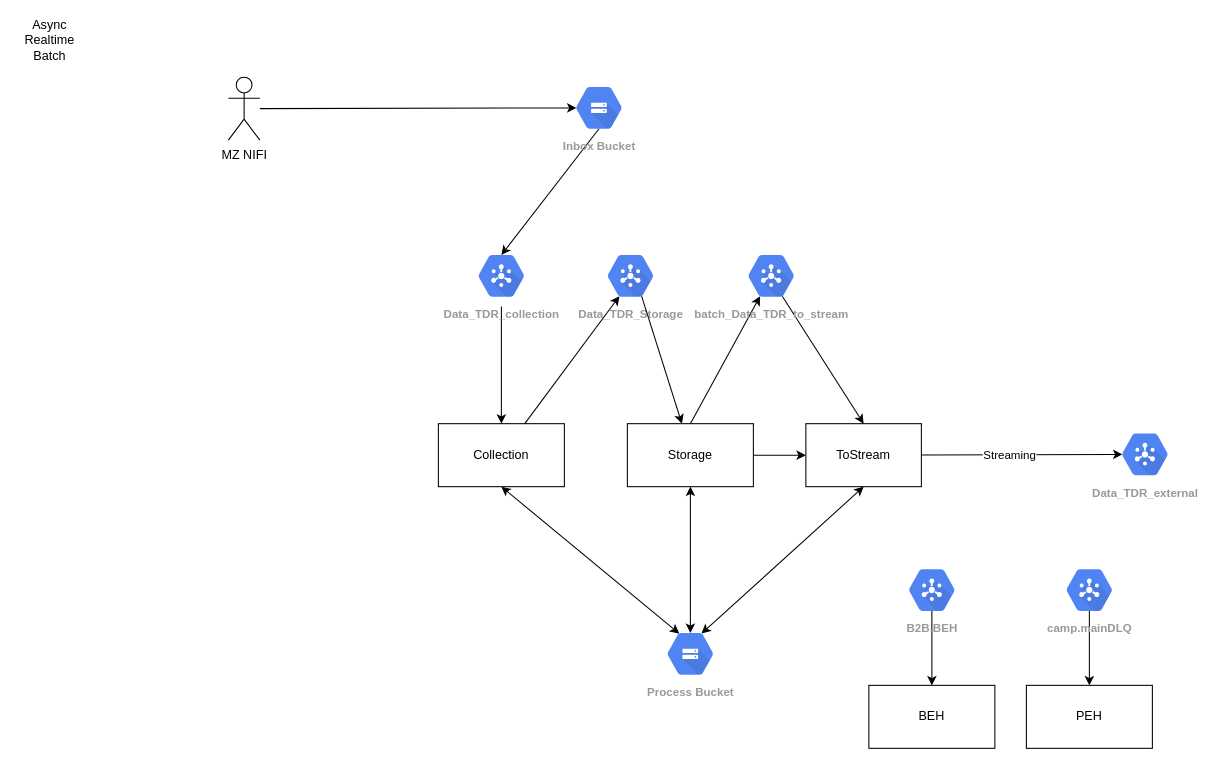
Before: mindmap/b2bflow.drawio in macsymwang/mediation-doc, a draw.io diagram. Source tidied: cells renumbered, new cells numbered last; positions are measured from the earlier drawing's top-left corner, leaving out a move shared by most shapes. Both pictures are drawn from the tidied source at 105%, with x=0, y=0 at pixel (18, 24).
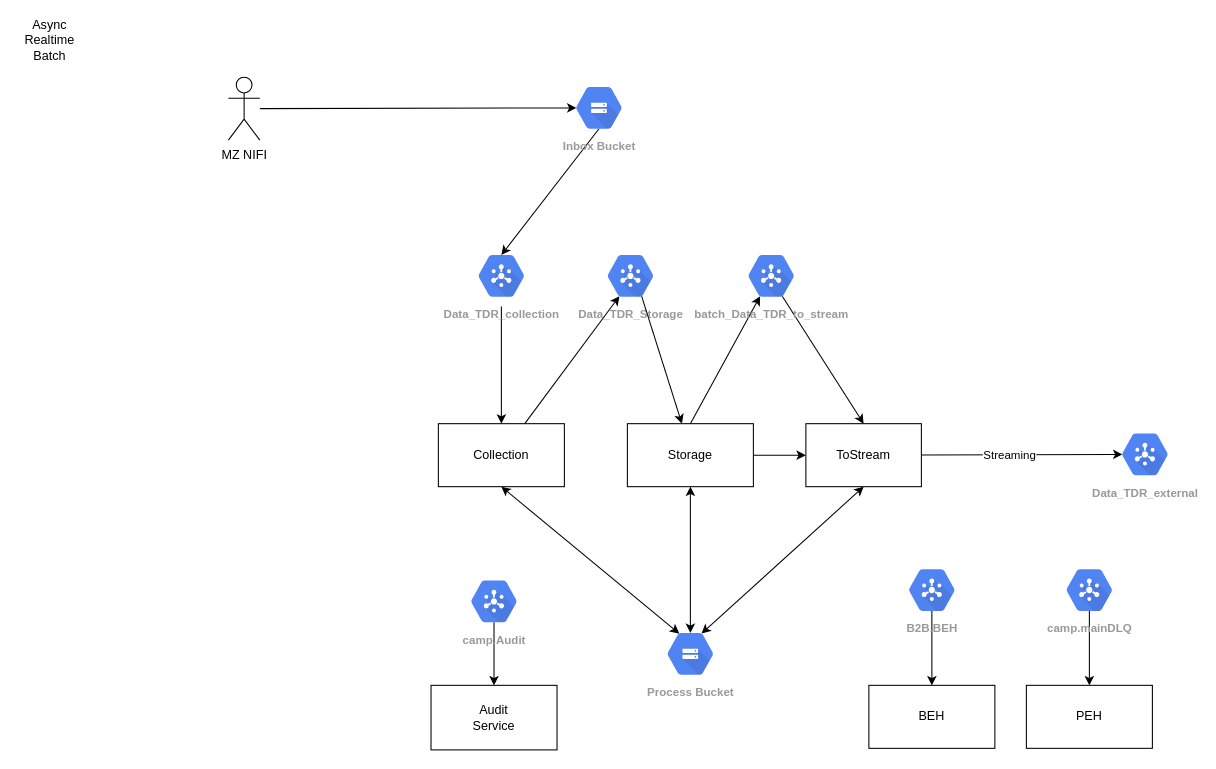
Above is the later version.

Diff of the diagram source:
```diff
@@
+    <mxCell id="32" style="edgeStyle=none;html=1;exitX=0.5;exitY=0.84;exitDx=0;exitDy=0;exitPerimeter=0;entryX=0.5;entryY=0;entryDx=0;entryDy=0;" parent="1" edge="1" source="33" target="34">
+      <mxGeometry relative="1" as="geometry" />
+    </mxCell>
+    <mxCell id="33" value="camp.Audit" style="sketch=0;html=1;fillColor=#5184F3;strokeColor=none;verticalAlign=top;labelPosition=center;verticalLabelPosition=bottom;align=center;spacingTop=-6;fontSize=11;fontStyle=1;fontColor=#999999;shape=mxgraph.gcp2.hexIcon;prIcon=cloud_pubsub;" parent="1" vertex="1">
+      <mxGeometry x="420" y="520" width="66" height="58.5" as="geometry" />
+    </mxCell>
+    <mxCell id="34" value="Audit&lt;br&gt;Service" style="rounded=0;whiteSpace=wrap;html=1;" parent="1" vertex="1">
+      <mxGeometry x="393" y="629.2" width="120" height="61.5" as="geometry" />
+    </mxCell>
```
